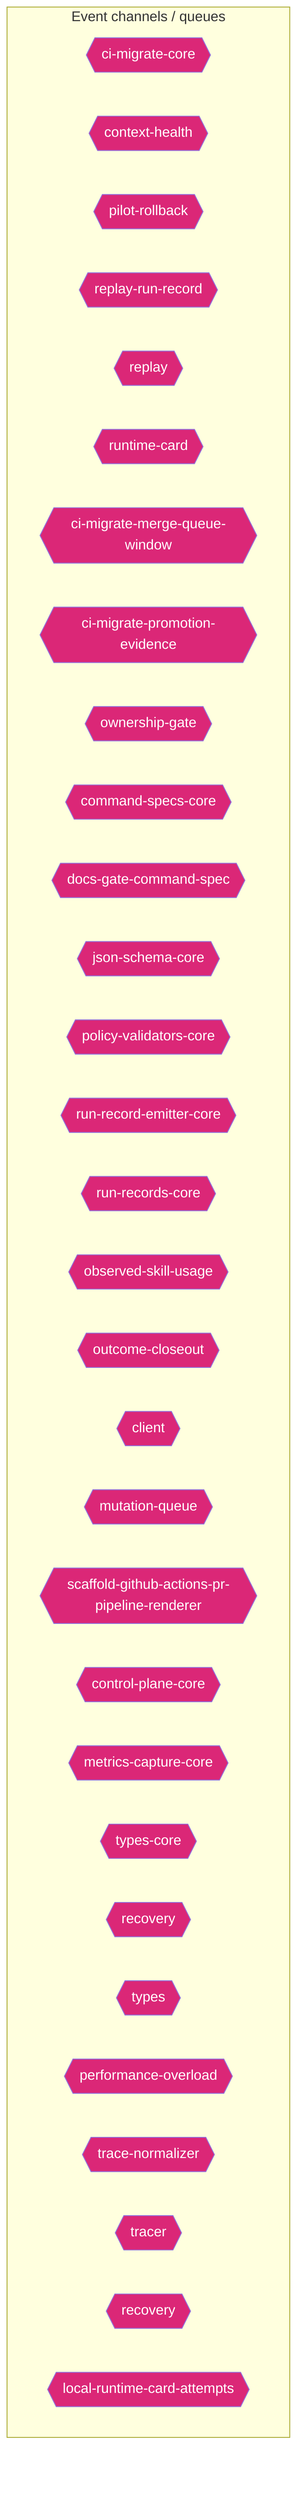
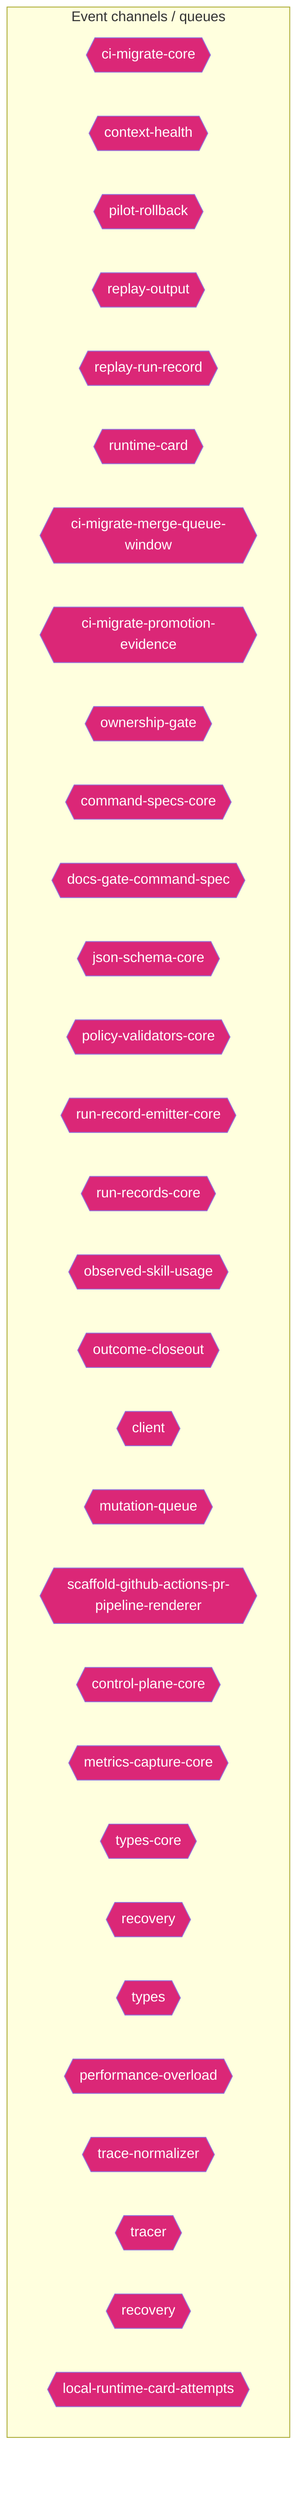
flowchart TD
  subgraph Channels["Event channels / queues"]
    ci_migrate_core_7005b5af{{"ci-migrate-core"}}
    context_health_80bb7da9{{"context-health"}}
    pilot_rollback_00c1f82c{{"pilot-rollback"}}
+     replay_output_993eda9e{{"replay-output"}}
    replay_run_record_9a08cce2{{"replay-run-record"}}
-     replay_ac203c98{{"replay"}}
    runtime_card_e06b53e1{{"runtime-card"}}
    ci_migrate_merge_queue_window_0070bd6d{{"ci-migrate-merge-queue-window"}}
    ci_migrate_promotion_evidence_1a2dc527{{"ci-migrate-promotion-evidence"}}
    ownership_gate_2e194d13{{"ownership-gate"}}
    command_specs_core_1c0ffc99{{"command-specs-core"}}
    docs_gate_command_spec_16795187{{"docs-gate-command-spec"}}
    json_schema_core_96d7e328{{"json-schema-core"}}
    policy_validators_core_714a3fe7{{"policy-validators-core"}}
    run_record_emitter_core_688049d5{{"run-record-emitter-core"}}
    run_records_core_89286dfa{{"run-records-core"}}
    observed_skill_usage_ed7d5930{{"observed-skill-usage"}}
    outcome_closeout_ba497ec2{{"outcome-closeout"}}
    client_948fe603{{"client"}}
    mutation_queue_ce5a530e{{"mutation-queue"}}
    scaffold_github_actions_pr_pipeline_renderer_1ee18de5{{"scaffold-github-actions-pr-pipeline-renderer"}}
    control_plane_core_db3b4cb2{{"control-plane-core"}}
    metrics_capture_core_db4bf7cf{{"metrics-capture-core"}}
    types_core_1_8bd0f8fd{{"types-core"}}
    recovery_8c585378{{"recovery"}}
    types_14_fe7507be{{"types"}}
    performance_overload_c685bfcf{{"performance-overload"}}
    trace_normalizer_cb1be1d2{{"trace-normalizer"}}
    tracer_1e6243a2{{"tracer"}}
    recovery_1_4d1804ab{{"recovery"}}
    local_runtime_card_attempts_28aa46ea{{"local-runtime-card-attempts"}}
  end
  classDef eventNode fill:#db2777,color:#fff
-   class ci_migrate_core_7005b5af,context_health_80bb7da9,pilot_rollback_00c1f82c,replay_run_record_9a08cce2,replay_ac203c98,runtime_card_e06b53e1,ci_migrate_merge_queue_window_0070bd6d,ci_migrate_promotion_evidence_1a2dc527,ownership_gate_2e194d13,command_specs_core_1c0ffc99,docs_gate_command_spec_16795187,json_schema_core_96d7e328,policy_validators_core_714a3fe7,run_record_emitter_core_688049d5,run_records_core_89286dfa,observed_skill_usage_ed7d5930,outcome_closeout_ba497ec2,client_948fe603,mutation_queue_ce5a530e,scaffold_github_actions_pr_pipeline_renderer_1ee18de5,control_plane_core_db3b4cb2,metrics_capture_core_db4bf7cf,types_core_1_8bd0f8fd,recovery_8c585378,types_14_fe7507be,performance_overload_c685bfcf,trace_normalizer_cb1be1d2,tracer_1e6243a2,recovery_1_4d1804ab,local_runtime_card_attempts_28aa46ea eventNode
+   class ci_migrate_core_7005b5af,context_health_80bb7da9,pilot_rollback_00c1f82c,replay_output_993eda9e,replay_run_record_9a08cce2,runtime_card_e06b53e1,ci_migrate_merge_queue_window_0070bd6d,ci_migrate_promotion_evidence_1a2dc527,ownership_gate_2e194d13,command_specs_core_1c0ffc99,docs_gate_command_spec_16795187,json_schema_core_96d7e328,policy_validators_core_714a3fe7,run_record_emitter_core_688049d5,run_records_core_89286dfa,observed_skill_usage_ed7d5930,outcome_closeout_ba497ec2,client_948fe603,mutation_queue_ce5a530e,scaffold_github_actions_pr_pipeline_renderer_1ee18de5,control_plane_core_db3b4cb2,metrics_capture_core_db4bf7cf,types_core_1_8bd0f8fd,recovery_8c585378,types_14_fe7507be,performance_overload_c685bfcf,trace_normalizer_cb1be1d2,tracer_1e6243a2,recovery_1_4d1804ab,local_runtime_card_attempts_28aa46ea eventNode
